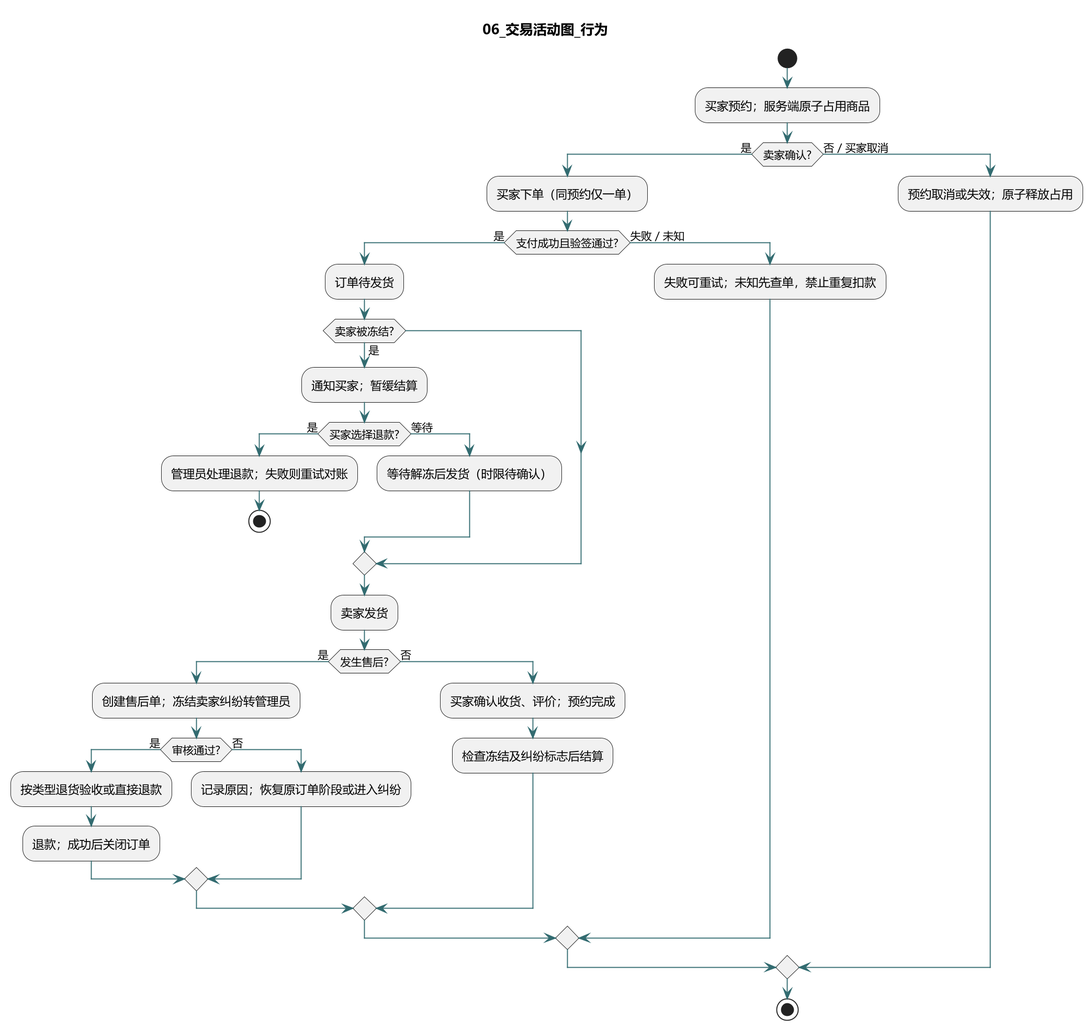
Before: UML/06_交易活动图_行为.png, a diagram exported from PlantUML (SyEicL/Software-Engineer-Lab).
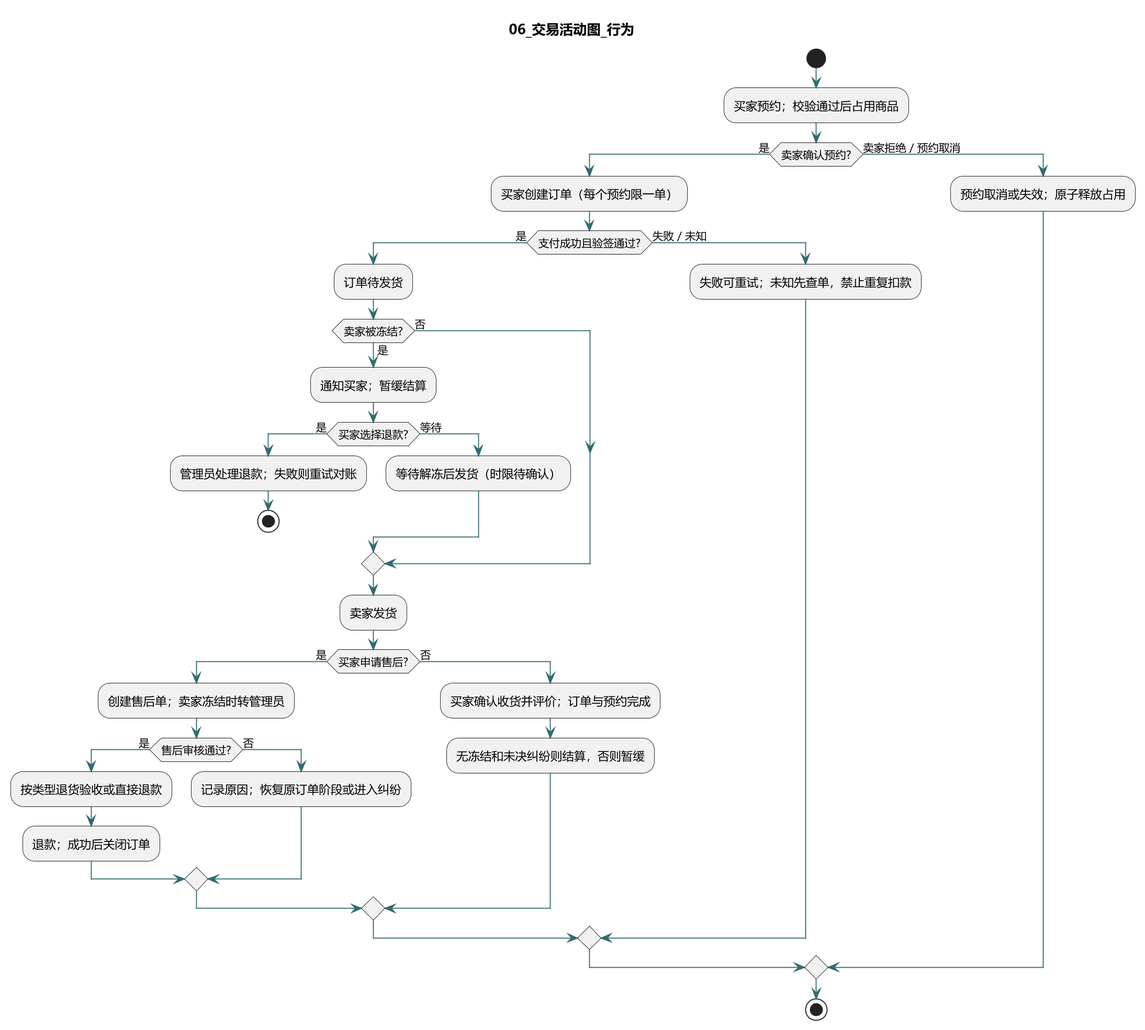
The same file after the commit.

Change to the diagram source:
```diff
@@ -8,9 +8,9 @@
 skinparam classBackgroundColor #EDF7F6
 title 06_交易活动图_行为
 start
-:买家预约；服务端原子占用商品;
-if (卖家确认?) then (是)
- :买家下单（同预约仅一单）;
+:买家预约；校验通过后占用商品;
+if (卖家确认预约?) then (是)
+ :买家创建订单（每个预约限一单）;
  if (支付成功且验签通过?) then (是)
   :订单待发货;
   if (卖家被冻结?) then (是)
@@ -21,24 +21,25 @@
    else (等待)
     :等待解冻后发货（时限待确认）;
    endif
+  else (否)
   endif
   :卖家发货;
-  if (发生售后?) then (是)
-   :创建售后单；冻结卖家纠纷转管理员;
-   if (审核通过?) then (是)
+  if (买家申请售后?) then (是)
+   :创建售后单；卖家冻结时转管理员;
+   if (售后审核通过?) then (是)
     :按类型退货验收或直接退款;
     :退款；成功后关闭订单;
    else (否)
     :记录原因；恢复原订单阶段或进入纠纷;
    endif
   else (否)
-   :买家确认收货、评价；预约完成;
-   :检查冻结及纠纷标志后结算;
+   :买家确认收货并评价；订单与预约完成;
+   :无冻结和未决纠纷则结算，否则暂缓;
   endif
  else (失败 / 未知)
   :失败可重试；未知先查单，禁止重复扣款;
  endif
-else (否 / 买家取消)
+else (卖家拒绝 / 预约取消)
  :预约取消或失效；原子释放占用;
 endif
 stop
```
